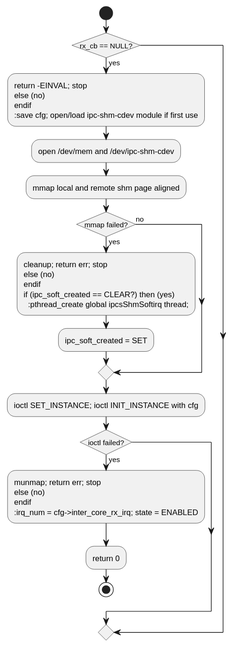
Earlier version of the PlantUML export c1_sdd_linux-ipcs/cursor_tmp/flow_svgs/linux_6_5_1_ipcsOsInit.svg (Mastang1/sad_sdd_proj).
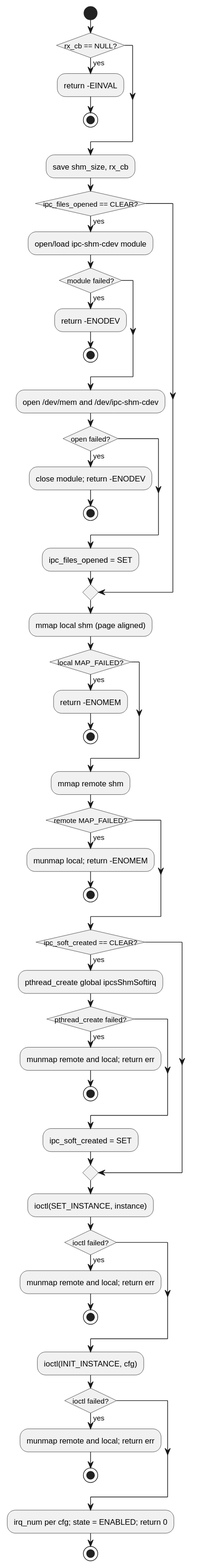
Above is the later version.

Change to the diagram source:
```diff
@@ -4,27 +4,51 @@
 skinparam linetype ortho
 start
 if (rx_cb == NULL?) then (yes)
-  :return -EINVAL; stop
-else (no)
+  :return -EINVAL;
+  stop
 endif
-:save cfg; open/load ipc-shm-cdev module if first use;
-:open /dev/mem and /dev/ipc-shm-cdev;
-:mmap local and remote shm page aligned;
-if (mmap failed?) then (yes)
-  :cleanup; return err; stop
-else (no)
+:save shm_size, rx_cb;
+if (ipc_files_opened == CLEAR?) then (yes)
+  :open/load ipc-shm-cdev module;
+  if (module failed?) then (yes)
+    :return -ENODEV;
+    stop
+  endif
+  :open /dev/mem and /dev/ipc-shm-cdev;
+  if (open failed?) then (yes)
+    :close module; return -ENODEV;
+    stop
+  endif
+  :ipc_files_opened = SET;
+endif
+:mmap local shm (page aligned);
+if (local MAP_FAILED?) then (yes)
+  :return -ENOMEM;
+  stop
+endif
+:mmap remote shm;
+if (remote MAP_FAILED?) then (yes)
+  :munmap local; return -ENOMEM;
+  stop
 endif
 if (ipc_soft_created == CLEAR?) then (yes)
-  :pthread_create global ipcsShmSoftirq thread;;
+  :pthread_create global ipcsShmSoftirq;
+  if (pthread_create failed?) then (yes)
+    :munmap remote and local; return err;
+    stop
+  endif
   :ipc_soft_created = SET;
-else (no)
 endif
-:ioctl SET_INSTANCE; ioctl INIT_INSTANCE with cfg;
+:ioctl(SET_INSTANCE, instance);
 if (ioctl failed?) then (yes)
-  :munmap; return err; stop
-else (no)
+  :munmap remote and local; return err;
+  stop
 endif
-:irq_num = cfg->inter_core_rx_irq; state = ENABLED;
-:return 0;
+:ioctl(INIT_INSTANCE, cfg);
+if (ioctl failed?) then (yes)
+  :munmap remote and local; return err;
+  stop
+endif
+:irq_num per cfg; state = ENABLED; return 0;
 stop
 @enduml
```
